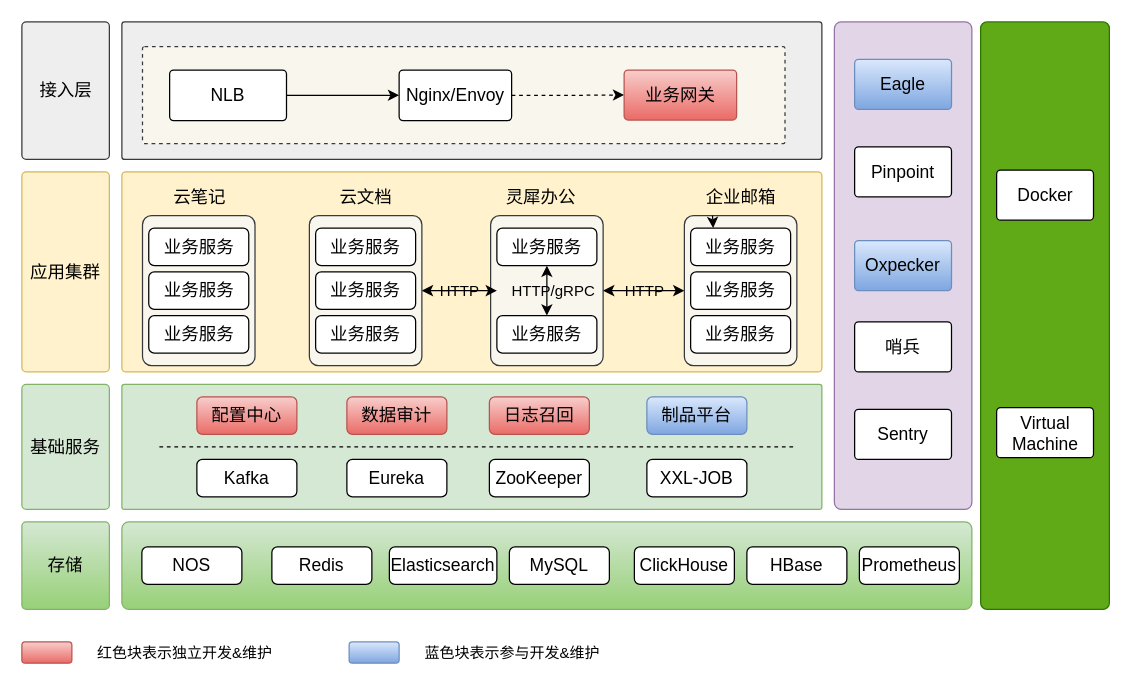
Above: page "灵犀架构图" (1 of 8) of Untitled Diagram.drawio in maxuewen/draw.io (draw.io), before the change. Source tidied: cells renumbered, new cells numbered last; positions are measured from the earlier drawing's top-left corner, leaving out a move shared by most shapes. Both pictures are drawn from the tidied source at 125%, with x=0, y=0 at pixel (21, 21).
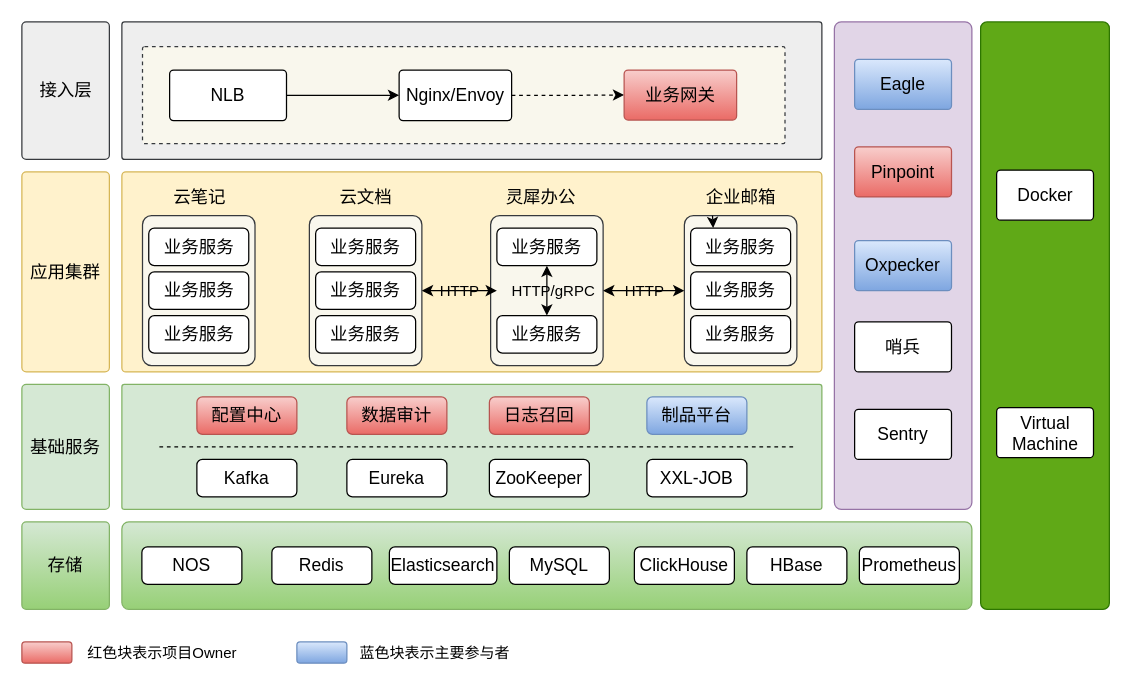
The same diagram, later.

What changed in the source:
```diff
@@
-    <mxCell id="50" value="Pinpoint" style="rounded=1;whiteSpace=wrap;html=1;arcSize=8;fillStyle=auto;shadow=0;glass=0;sketch=0;fontSize=14;" parent="1" vertex="1">
+    <mxCell id="50" value="Pinpoint" style="rounded=1;whiteSpace=wrap;html=1;arcSize=8;fillStyle=auto;shadow=0;glass=0;sketch=0;fontSize=14;fillColor=#f8cecc;gradientColor=#ea6b66;strokeColor=#b85450;" parent="1" vertex="1">
       <mxGeometry x="666.2" y="100" width="77.5" height="40" as="geometry" />
     </mxCell>
@@
-    <mxCell id="67" value="红色块表示独立开发&amp;amp;维护" style="text;html=1;align=center;verticalAlign=middle;strokeColor=none;fillColor=none;fontSize=12;" parent="1" vertex="1">
-      <mxGeometry x="50" y="490" width="160" height="30" as="geometry" />
+    <mxCell id="67" value="红色块表示项目Owner" style="text;html=1;align=center;verticalAlign=middle;strokeColor=none;fillColor=none;fontSize=12;" parent="1" vertex="1">
+      <mxGeometry x="41.5" y="490" width="140" height="30" as="geometry" />
     </mxCell>
     <mxCell id="68" style="rounded=1;whiteSpace=wrap;html=1;shadow=0;glass=0;sketch=0;fillStyle=auto;fontSize=14;fillColor=#dae8fc;strokeColor=#6c8ebf;gradientColor=#7ea6e0;" parent="1" vertex="1">
-      <mxGeometry x="261.8" y="496" width="40" height="17" as="geometry" />
+      <mxGeometry x="220" y="496" width="40" height="17" as="geometry" />
     </mxCell>
-    <mxCell id="69" value="蓝色块表示参与开发&amp;amp;维护" style="text;html=1;align=center;verticalAlign=middle;strokeColor=none;fillColor=none;fontSize=12;" parent="1" vertex="1">
-      <mxGeometry x="311.8" y="490" width="160" height="30" as="geometry" />
+    <mxCell id="69" value="蓝色块表示主要参与者" style="text;html=1;align=center;verticalAlign=middle;strokeColor=none;fillColor=none;fontSize=12;" parent="1" vertex="1">
+      <mxGeometry x="260" y="490" width="140" height="30" as="geometry" />
     </mxCell>
```
